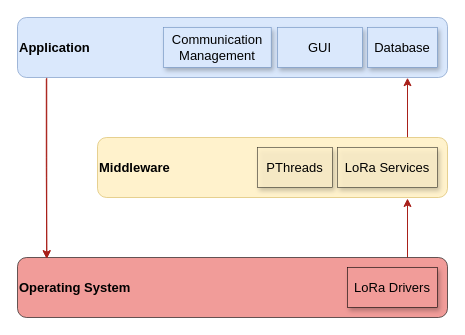
This is page "gateway_sw_arch" (7 of 8) of project/report/flowcharts/system_overview.drawio from ESRGgroup9/slipad, a draw.io file, before an edit. Source tidied: cells renumbered, new cells numbered last; positions are measured from the earlier drawing's top-left corner, leaving out a move shared by most shapes. Both pictures are drawn from the tidied source at 100%, with x=0, y=0 at pixel (17, 17).
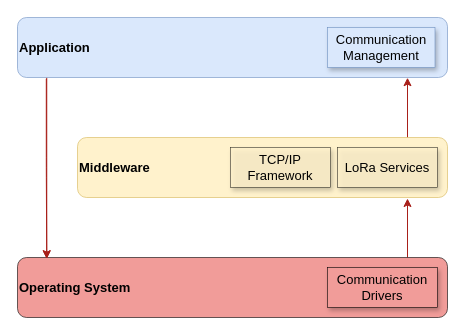
The same page after the edit.

Diff of the diagram source:
```diff
@@
 <mxGraphModel>
   <root>
     <mxCell id="0" />
     <mxCell id="1" parent="0" />
     <mxCell id="2" style="edgeStyle=orthogonalEdgeStyle;rounded=1;jettySize=auto;html=1;labelBackgroundColor=none;labelBorderColor=none;fontSize=13;fontColor=default;strokeColor=#A8201A;" parent="1" edge="1" source="3">
       <mxGeometry relative="1" as="geometry">
         <mxPoint x="390" y="181" as="targetPoint" />
         <Array as="points">
           <mxPoint x="390" y="181" />
         </Array>
       </mxGeometry>
     </mxCell>
     <mxCell id="3" value="Operating System " style="rounded=1;whiteSpace=wrap;html=1;labelBackgroundColor=none;labelBorderColor=none;fontSize=13;fontColor=default;strokeColor=default;strokeWidth=0.6;fillColor=#F19C99;align=left;verticalAlign=middle;fontStyle=1;" parent="1" vertex="1">
       <mxGeometry y="240" width="430" height="60" as="geometry" />
     </mxCell>
     <mxCell id="4" style="edgeStyle=orthogonalEdgeStyle;rounded=0;jettySize=auto;html=1;entryX=0.907;entryY=1.003;entryDx=0;entryDy=0;entryPerimeter=0;labelBorderColor=none;fontColor=default;strokeColor=#A8201A;labelBackgroundColor=default;" parent="1" edge="1" source="5" target="7">
       <mxGeometry relative="1" as="geometry">
         <Array as="points">
           <mxPoint x="390" y="60" />
           <mxPoint x="390" y="60" />
         </Array>
       </mxGeometry>
     </mxCell>
     <mxCell id="5" value="Middleware" style="rounded=1;whiteSpace=wrap;html=1;labelBackgroundColor=none;labelBorderColor=none;fontSize=13;strokeColor=#d6b656;strokeWidth=0.6;fillColor=#fff2cc;align=left;verticalAlign=middle;fontStyle=1;fontColor=default;" parent="1" vertex="1">
-      <mxGeometry x="80" y="120" width="350" height="60" as="geometry" />
+      <mxGeometry x="60" y="120" width="370" height="60" as="geometry" />
     </mxCell>
     <mxCell id="6" style="edgeStyle=orthogonalEdgeStyle;rounded=1;jettySize=auto;html=1;labelBackgroundColor=none;labelBorderColor=none;fontSize=13;fontColor=default;strokeColor=#A8201A;entryX=0.068;entryY=0.021;entryDx=0;entryDy=0;entryPerimeter=0;exitX=0.067;exitY=1.022;exitDx=0;exitDy=0;exitPerimeter=0;" parent="1" edge="1" source="7" target="3">
       <mxGeometry relative="1" as="geometry" />
     </mxCell>
     <mxCell id="7" value="Application" style="rounded=1;whiteSpace=wrap;html=1;labelBackgroundColor=none;labelBorderColor=none;fontSize=13;strokeColor=#6c8ebf;strokeWidth=0.6;fillColor=#dae8fc;align=left;verticalAlign=middle;fontStyle=1;fontColor=default;glass=0;sketch=0;" parent="1" vertex="1">
       <mxGeometry width="430" height="60" as="geometry" />
     </mxCell>
-    <mxCell id="8" value="LoRa Drivers" style="rounded=0;whiteSpace=wrap;html=1;labelBackgroundColor=none;labelBorderColor=none;fontSize=13;fontColor=default;strokeColor=default;strokeWidth=0.6;fillColor=#F19C99;align=center;verticalAlign=middle;shadow=1;" parent="1" vertex="1">
-      <mxGeometry x="330" y="250" width="90" height="40" as="geometry" />
+    <mxCell id="8" value="Communication Drivers" style="rounded=0;whiteSpace=wrap;html=1;labelBackgroundColor=none;labelBorderColor=none;fontSize=13;fontColor=default;strokeColor=default;strokeWidth=0.6;fillColor=#F19C99;align=center;verticalAlign=middle;shadow=1;" parent="1" vertex="1">
+      <mxGeometry x="310" y="250" width="110" height="40" as="geometry" />
     </mxCell>
     <mxCell id="9" value="LoRa Services" style="rounded=0;whiteSpace=wrap;html=1;labelBackgroundColor=none;labelBorderColor=none;fontSize=13;strokeColor=#000000;strokeWidth=0.6;fillColor=#fff2cc;align=center;verticalAlign=middle;fontColor=default;opacity=80;shadow=1;" parent="1" vertex="1">
       <mxGeometry x="320" y="130" width="100" height="40" as="geometry" />
     </mxCell>
-    <mxCell id="10" value="Database" style="rounded=0;whiteSpace=wrap;html=1;labelBackgroundColor=none;labelBorderColor=none;fontSize=13;strokeColor=#6c8ebf;strokeWidth=0.6;fillColor=#dae8fc;align=center;verticalAlign=middle;shadow=1;fontColor=default;glass=0;sketch=0;" parent="1" vertex="1">
-      <mxGeometry x="350" y="10" width="70" height="40" as="geometry" />
-    </mxCell>
-    <mxCell id="11" value="GUI" style="rounded=0;whiteSpace=wrap;html=1;labelBackgroundColor=none;labelBorderColor=none;fontSize=13;strokeColor=#6c8ebf;strokeWidth=0.6;fillColor=#dae8fc;align=center;verticalAlign=middle;shadow=1;fontColor=default;glass=0;sketch=0;" parent="1" vertex="1">
-      <mxGeometry x="260" y="10" width="85" height="40" as="geometry" />
-    </mxCell>
     <mxCell id="12" value="Communication Management" style="rounded=0;whiteSpace=wrap;html=1;labelBackgroundColor=none;labelBorderColor=none;fontSize=13;strokeColor=#6c8ebf;strokeWidth=0.6;fillColor=#dae8fc;align=center;verticalAlign=middle;shadow=1;fontColor=default;glass=0;sketch=0;" parent="1" vertex="1">
-      <mxGeometry x="146.2" y="10" width="107.5" height="40" as="geometry" />
+      <mxGeometry x="310" y="10" width="107.5" height="40" as="geometry" />
     </mxCell>
-    <mxCell id="13" value="&lt;div&gt;PThreads&lt;/div&gt;" style="rounded=0;whiteSpace=wrap;html=1;labelBackgroundColor=none;labelBorderColor=none;fontSize=13;strokeColor=#000000;strokeWidth=0.6;fillColor=#fff2cc;align=center;verticalAlign=middle;fontColor=default;opacity=80;shadow=1;" parent="1" vertex="1">
-      <mxGeometry x="240" y="130" width="75" height="40" as="geometry" />
-    </mxCell>
     <mxCell id="14" style="edgeStyle=orthogonalEdgeStyle;rounded=1;jettySize=auto;html=1;labelBackgroundColor=none;labelBorderColor=none;fontSize=13;fontColor=default;strokeColor=#A8201A;entryX=0.068;entryY=0.021;entryDx=0;entryDy=0;entryPerimeter=0;exitX=0.068;exitY=1.007;exitDx=0;exitDy=0;exitPerimeter=0;" parent="1" edge="1" source="7" target="3">
       <mxGeometry relative="1" as="geometry" />
     </mxCell>
+    <mxCell id="15" value="TCP/IP Framework" style="rounded=0;whiteSpace=wrap;html=1;labelBackgroundColor=none;labelBorderColor=none;fontSize=13;strokeColor=#000000;strokeWidth=0.6;fillColor=#fff2cc;align=center;verticalAlign=middle;fontColor=default;opacity=80;shadow=1;" parent="1" vertex="1">
+      <mxGeometry x="213" y="130" width="100" height="40" as="geometry" />
+    </mxCell>
   </root>
 </mxGraphModel>
```
